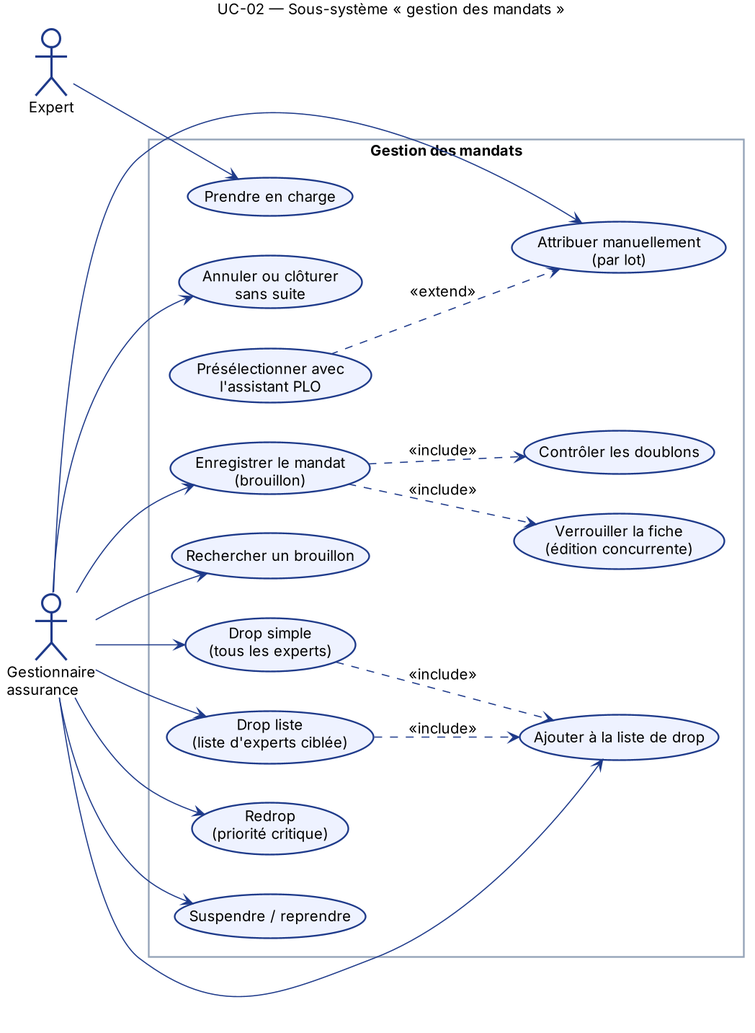
topacabana/plomi keeps this PlantUML diagram as docs/diagrammes/uml/UC-02.png. Above is the earlier version. Its source is kept beside it as docs/diagrammes/uml/UC-02.puml.
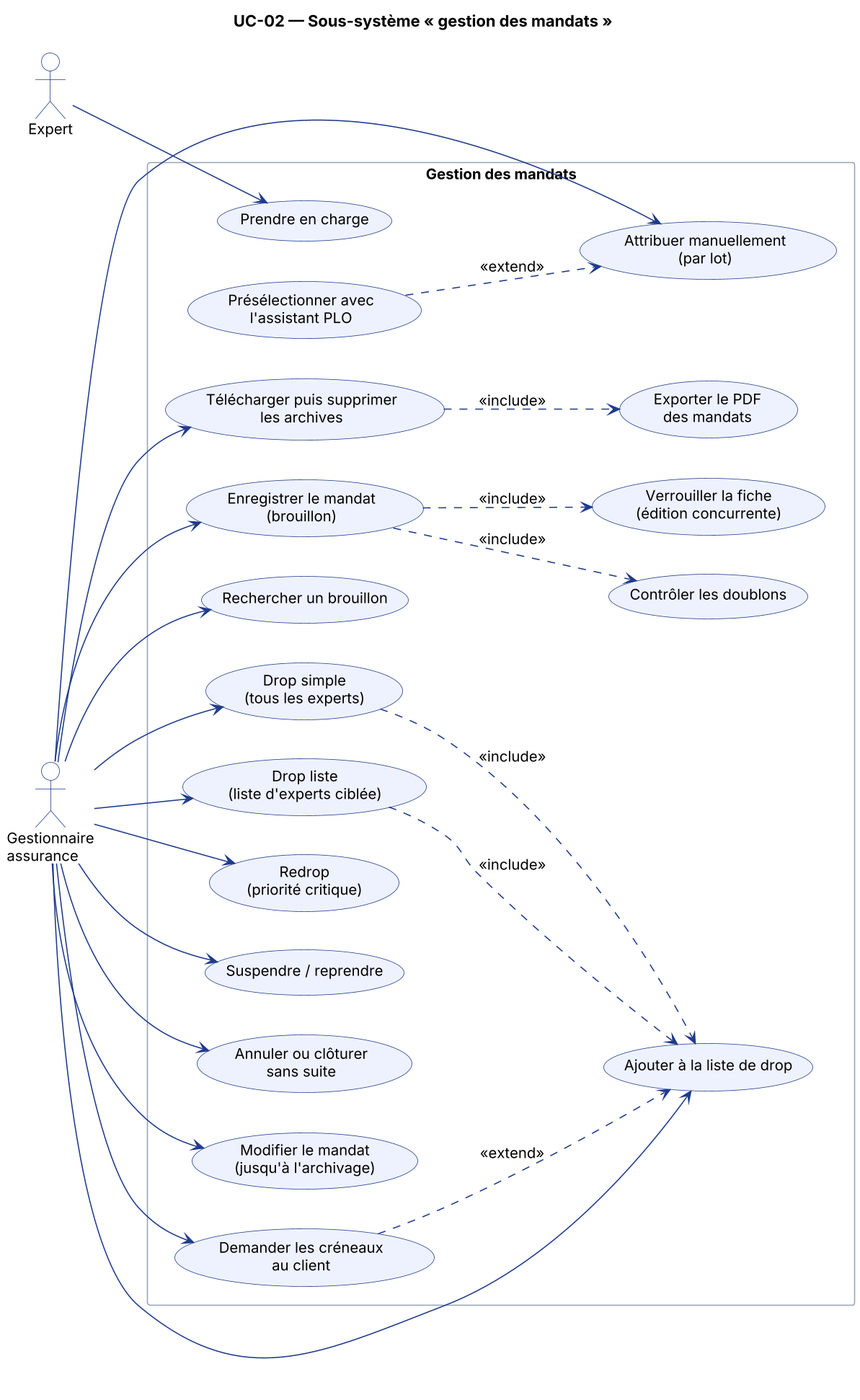
Above is the later version.

Change to the diagram source:
```diff
@@ -17,6 +17,10 @@
   usecase "Suspendre / reprendre" as SU
   usecase "Annuler ou clôturer\nsans suite" as AN
   usecase "Verrouiller la fiche\n(édition concurrente)" as L
+  usecase "Modifier le mandat\n(jusqu'à l'archivage)" as MO
+  usecase "Demander les créneaux\nau client" as DC
+  usecase "Télécharger puis supprimer\nles archives" as AR
+  usecase "Exporter le PDF\ndes mandats" as PDF
   usecase "Prendre en charge" as PC
 }
 G --> A
@@ -28,10 +32,15 @@
 G --> RD
 G --> SU
 G --> AN
+G --> MO
+G --> DC
+G --> AR
 E --> PC
 A ..> B : <<include>>
 A ..> L : <<include>>
 D ..> C : <<include>>
 DL ..> C : <<include>>
 P ..> F : <<extend>>
+AR ..> PDF : <<include>>
+DC ..> C : <<extend>>
 @enduml
```
